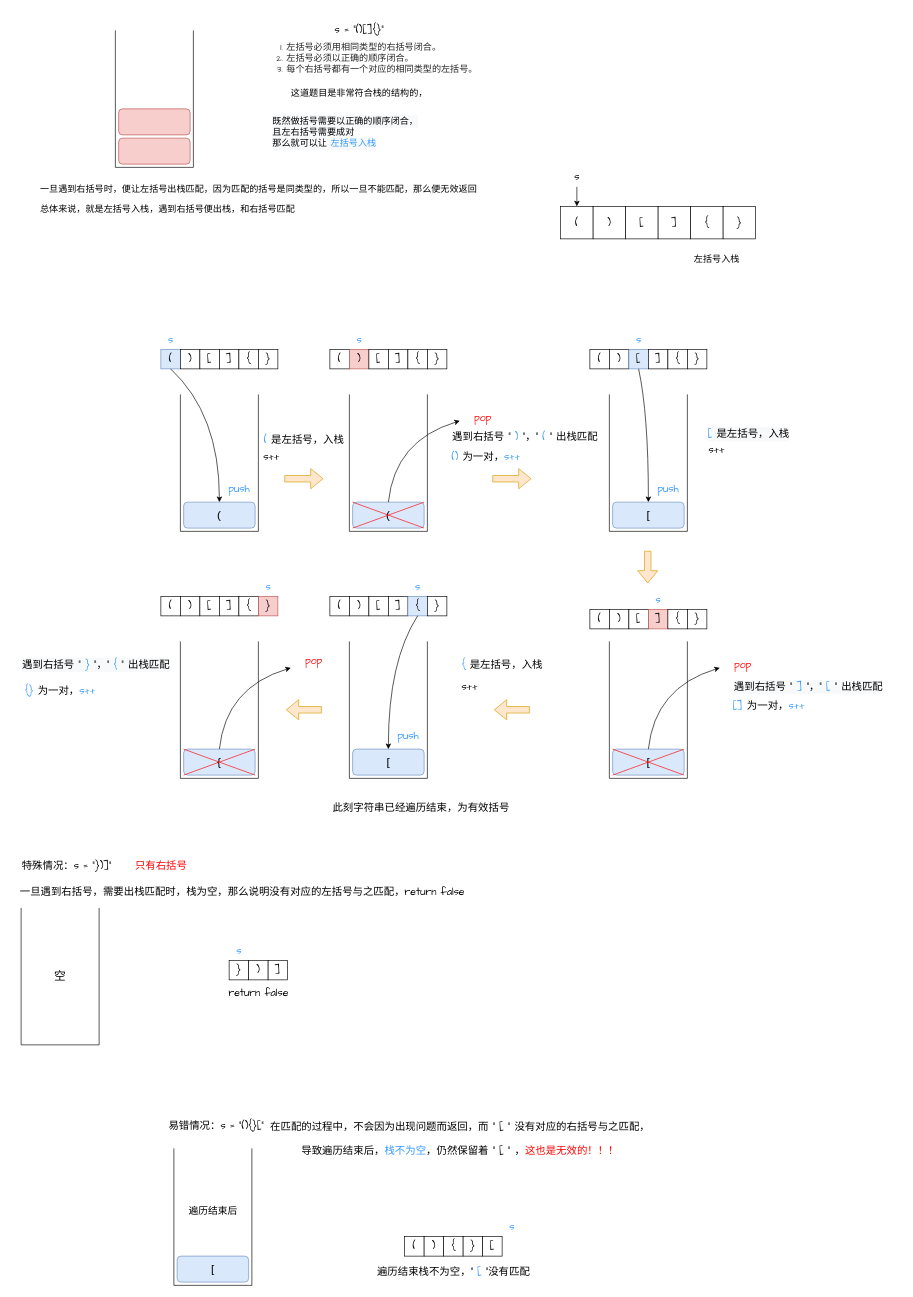
The draw.io diagram 上机代码/栈和队列OJ/有效的括号.drawio in lrisvictoria/data-structure, before the edit. Source tidied: cells renumbered, new cells numbered last; positions are measured from the earlier drawing's top-left corner, leaving out a move shared by most shapes. Both pictures are drawn from the tidied source at 65%, with x=0, y=0 at pixel (11, 11).
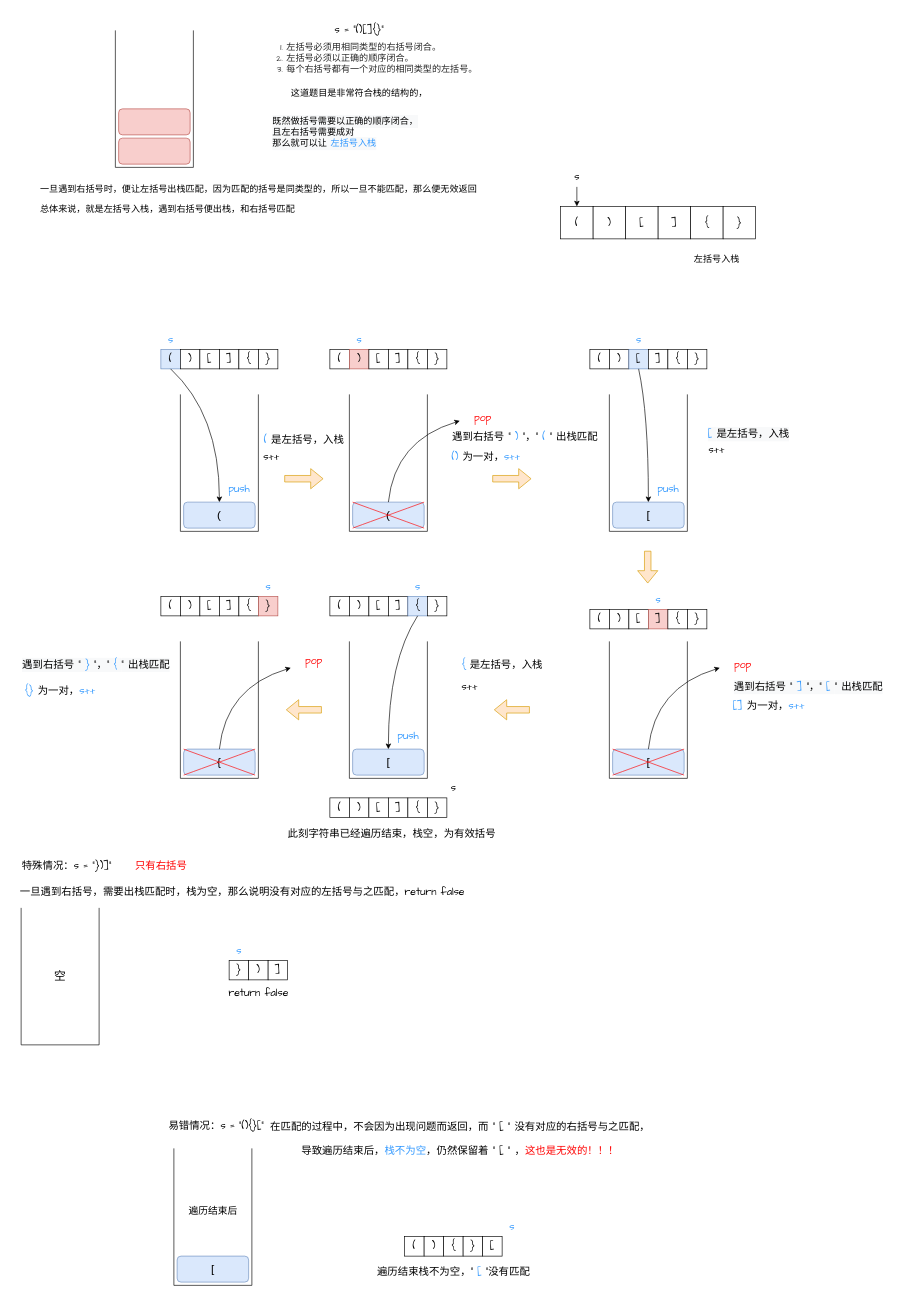
The same page after the edit.

The edit, as a diff of the source:
```diff
@@
-    <mxCell id="109" value="&lt;font color=&quot;#000000&quot;&gt;此刻字符串已经遍历结束，为有效括号&lt;/font&gt;" style="text;html=1;align=center;verticalAlign=middle;strokeColor=none;fillColor=none;fontSize=16;fontFamily=Comic Sans MS;fontColor=#3399FF;" parent="1" vertex="1">
-      <mxGeometry x="480" y="1210" width="300" height="30" as="geometry" />
+    <mxCell id="109" value="&lt;font color=&quot;#000000&quot;&gt;此刻字符串已经遍历结束，栈空，为有效括号&lt;/font&gt;" style="text;html=1;align=center;verticalAlign=middle;strokeColor=none;fillColor=none;fontSize=16;fontFamily=Comic Sans MS;fontColor=#3399FF;" parent="1" vertex="1">
+      <mxGeometry x="415" y="1250" width="340" height="30" as="geometry" />
     </mxCell>
@@
+    <mxCell id="131" value="(" style="whiteSpace=wrap;html=1;fontFamily=Comic Sans MS;fontSize=16;fontColor=#000000;" parent="1" vertex="1">
+      <mxGeometry x="490" y="1210" width="30" height="30" as="geometry" />
+    </mxCell>
+    <mxCell id="132" value=")" style="whiteSpace=wrap;html=1;fontFamily=Comic Sans MS;fontSize=16;fontColor=#000000;" parent="1" vertex="1">
+      <mxGeometry x="520" y="1210" width="30" height="30" as="geometry" />
+    </mxCell>
+    <mxCell id="133" value="[" style="whiteSpace=wrap;html=1;fontFamily=Comic Sans MS;fontSize=16;fontColor=#000000;" parent="1" vertex="1">
+      <mxGeometry x="550" y="1210" width="30" height="30" as="geometry" />
+    </mxCell>
+    <mxCell id="134" value="]" style="whiteSpace=wrap;html=1;fontFamily=Comic Sans MS;fontSize=16;" parent="1" vertex="1">
+      <mxGeometry x="580" y="1210" width="30" height="30" as="geometry" />
+    </mxCell>
+    <mxCell id="135" value="{" style="whiteSpace=wrap;html=1;fontFamily=Comic Sans MS;fontSize=16;fontColor=#000000;" parent="1" vertex="1">
+      <mxGeometry x="610" y="1210" width="30" height="30" as="geometry" />
+    </mxCell>
+    <mxCell id="136" value="}" style="whiteSpace=wrap;html=1;fontFamily=Comic Sans MS;fontSize=16;" parent="1" vertex="1">
+      <mxGeometry x="640" y="1210" width="30" height="30" as="geometry" />
+    </mxCell>
+    <mxCell id="137" value="&lt;font face=&quot;Comic Sans MS&quot; style=&quot;font-size: 16px;&quot;&gt;s&lt;/font&gt;" style="text;html=1;align=center;verticalAlign=middle;strokeColor=none;fillColor=none;" parent="1" vertex="1">
+      <mxGeometry x="665" y="1180" width="30" height="30" as="geometry" />
+    </mxCell>
```
